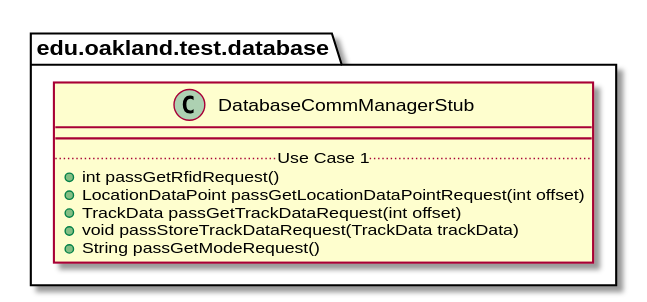
The PlantUML diagram docs/uml-class-diagrams/database/test/DatabaseCommManagerStub/DatabaseCommManagerStub.svg in andrewdimmer/csi-3370-software-project, before a commit. The source it was exported from:
```plantuml
@startuml DatabaseCommManagerStub

package edu.oakland.test.database {
    class DatabaseCommManagerStub {
        __
        .. Use Case 1 ..
        + int passGetRfidRequest()
        + LocationDataPoint passGetLocationDataPointRequest(int offset)
        + TrackData passGetTrackDataRequest(int offset)
        + void passStoreTrackDataRequest(TrackData trackData)
        + String passGetModeRequest()
    }
}

@enduml
```
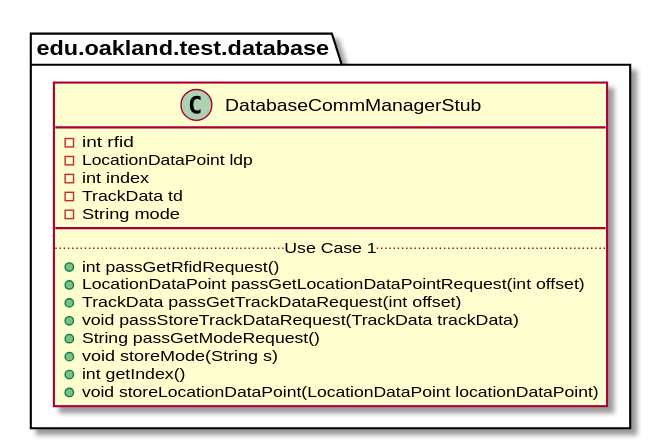
Later version of the same file.

What changed in the source:
```diff
@@ -2,6 +2,11 @@
 
 package edu.oakland.test.database {
     class DatabaseCommManagerStub {
+        - int rfid
+        - LocationDataPoint ldp
+        - int index
+        - TrackData td
+        - String mode
         __
         .. Use Case 1 ..
         + int passGetRfidRequest()
@@ -9,6 +14,9 @@
         + TrackData passGetTrackDataRequest(int offset)
         + void passStoreTrackDataRequest(TrackData trackData)
         + String passGetModeRequest()
+        + void storeMode(String s)
+        + int getIndex()
+        + void storeLocationDataPoint(LocationDataPoint locationDataPoint)
     }
 }
 
```
